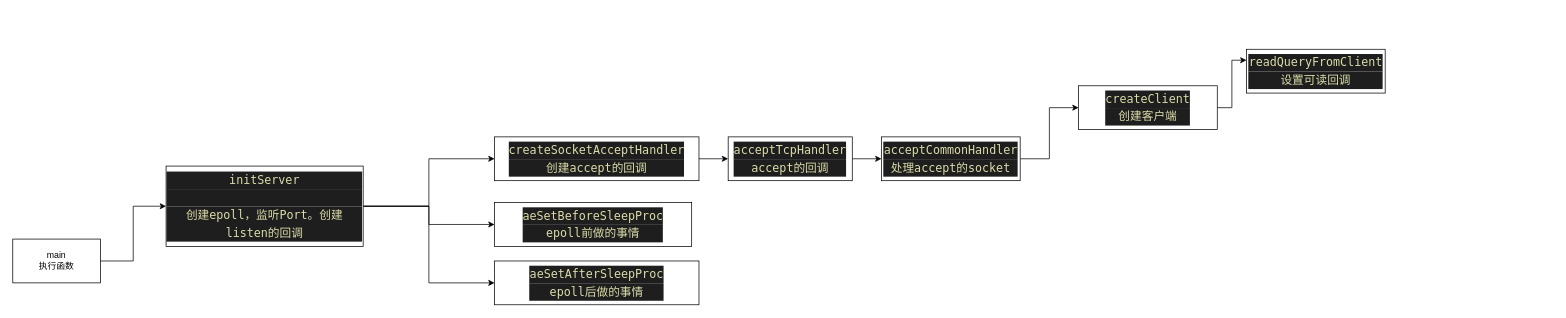
This is redis.drawio from beijingqiuchang/drawio, a draw.io file, before an edit. Source tidied: cells renumbered, new cells numbered last; positions are measured from the earlier drawing's top-left corner, leaving out a move shared by most shapes. Both pictures are drawn from the tidied source at 73%, with x=0, y=0 at pixel (12, 49).
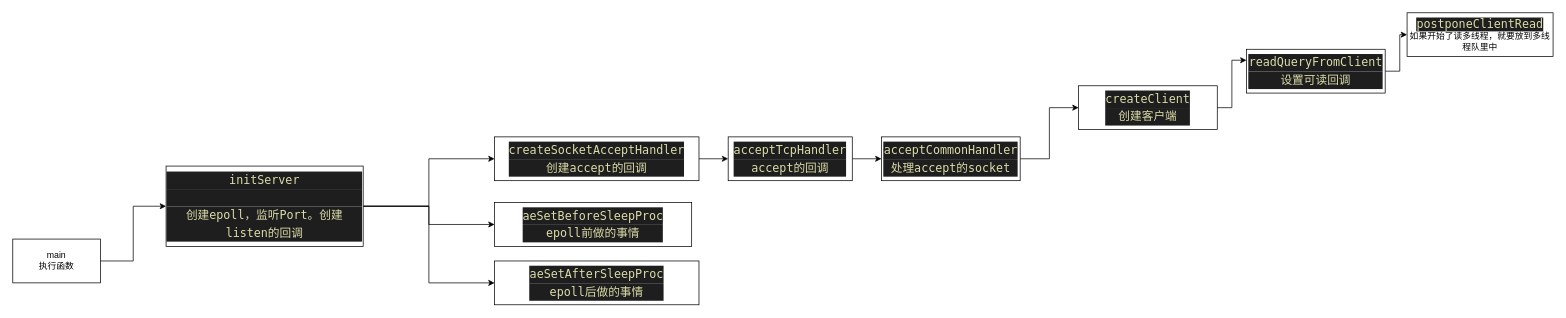
Above is the later version.

Unchanged cells that the change refers to:
```xml
<mxCell id="18" value="&lt;div style=&quot;color: rgb(212 , 212 , 212) ; background-color: rgb(30 , 30 , 30) ; font-family: &amp;#34;menlo&amp;#34; , &amp;#34;monaco&amp;#34; , &amp;#34;courier new&amp;#34; , monospace ; font-size: 16px ; line-height: 24px&quot;&gt;&lt;div style=&quot;font-family: &amp;#34;menlo&amp;#34; , &amp;#34;monaco&amp;#34; , &amp;#34;courier new&amp;#34; , monospace ; line-height: 24px&quot;&gt;&lt;span style=&quot;color: #dcdcaa&quot;&gt;readQueryFromClient&lt;/span&gt;&lt;/div&gt;&lt;/div&gt;&lt;div style=&quot;background-color: rgb(30 , 30 , 30) ; font-family: &amp;#34;menlo&amp;#34; , &amp;#34;monaco&amp;#34; , &amp;#34;courier new&amp;#34; , monospace ; font-size: 16px ; line-height: 24px&quot;&gt;&lt;font color=&quot;#dcdcaa&quot;&gt;设置可读回调&lt;/font&gt;&lt;/div&gt;" style="rounded=0;whiteSpace=wrap;html=1;" parent="1" vertex="1">
  <mxGeometry x="1690" width="190" height="60" as="geometry" />
</mxCell>
```

Diff of the diagram source:
```diff
@@
+    <mxCell id="19" style="edgeStyle=orthogonalEdgeStyle;rounded=0;jettySize=auto;html=1;exitX=1;exitY=0.5;exitDx=0;exitDy=0;entryX=0;entryY=0.5;entryDx=0;entryDy=0;" parent="1" edge="1" source="18" target="20">
+      <mxGeometry relative="1" as="geometry" />
+    </mxCell>
@@
+    <mxCell id="20" value="&lt;span style=&quot;color: rgb(220 , 220 , 170) ; background-color: rgb(30 , 30 , 30) ; font-family: &amp;#34;menlo&amp;#34; , &amp;#34;monaco&amp;#34; , &amp;#34;courier new&amp;#34; , monospace ; font-size: 16px&quot;&gt;postponeClientRead&lt;br&gt;&lt;/span&gt;如果开始了读多线程，就要放到多线程队里中" style="rounded=0;whiteSpace=wrap;html=1;" parent="1" vertex="1">
+      <mxGeometry x="1910" y="-50" width="200" height="60" as="geometry" />
+    </mxCell>
```
